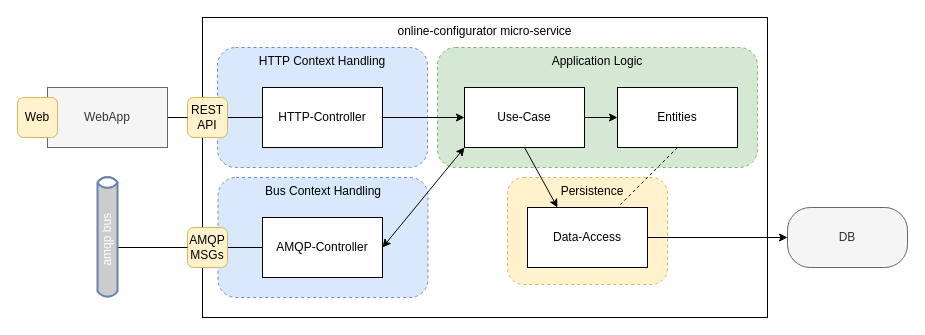
The draw.io diagram docs/overview.drawio in sandro-salzmann/service-template, before the edit. Source tidied: cells renumbered, new cells numbered last; positions are measured from the earlier drawing's top-left corner, leaving out a move shared by most shapes. Both pictures are drawn from the tidied source at 100%, with x=0, y=0 at pixel (17, 17).
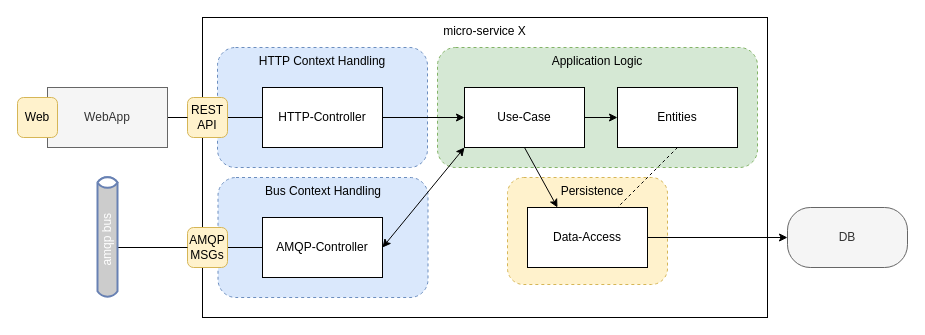
Above is the later version.

Commit message (it also covers changes not shown here):
update diagram name

What changed in the source:
```diff
@@
-    <mxCell id="2" value="&lt;span&gt;online-configurator micro-&lt;/span&gt;&lt;span&gt;service&lt;/span&gt;" style="rounded=0;whiteSpace=wrap;html=1;verticalAlign=top;" parent="1" vertex="1">
+    <mxCell id="2" value="&lt;span&gt;micro-&lt;/span&gt;&lt;span&gt;service X&lt;/span&gt;" style="rounded=0;whiteSpace=wrap;html=1;verticalAlign=top;" parent="1" vertex="1">
       <mxGeometry x="185" width="565" height="300" as="geometry" />
     </mxCell>
```
